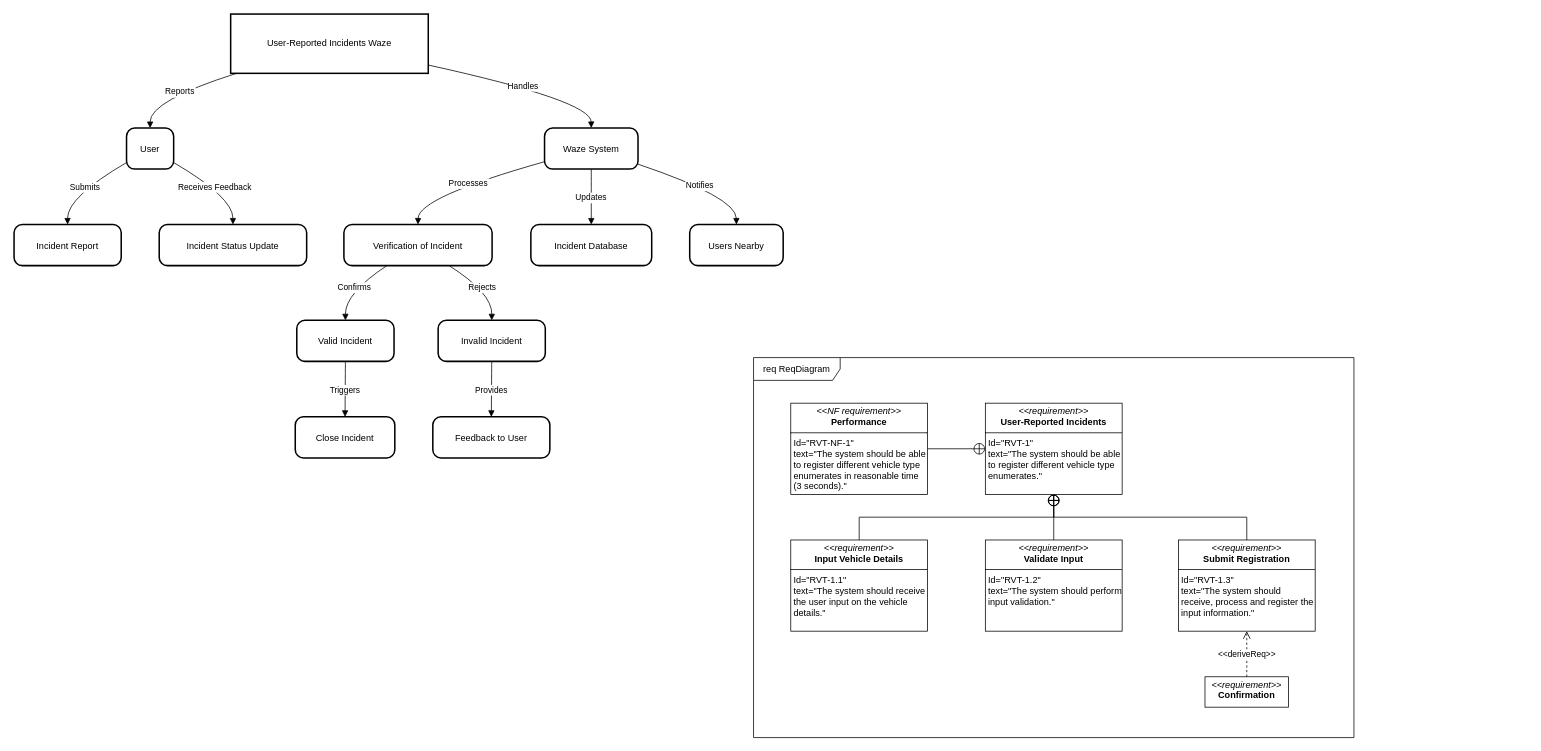
The draw.io diagram Diagrams/Requirement/Lamy/user-reported-incidents.drawio in luislamy/msp, before the edit. Source tidied: cells renumbered, new cells numbered last; positions are measured from the earlier drawing's top-left corner, leaving out a move shared by most shapes. Both pictures are drawn from the tidied source at 76%, with x=0, y=0 at pixel (14, 14).
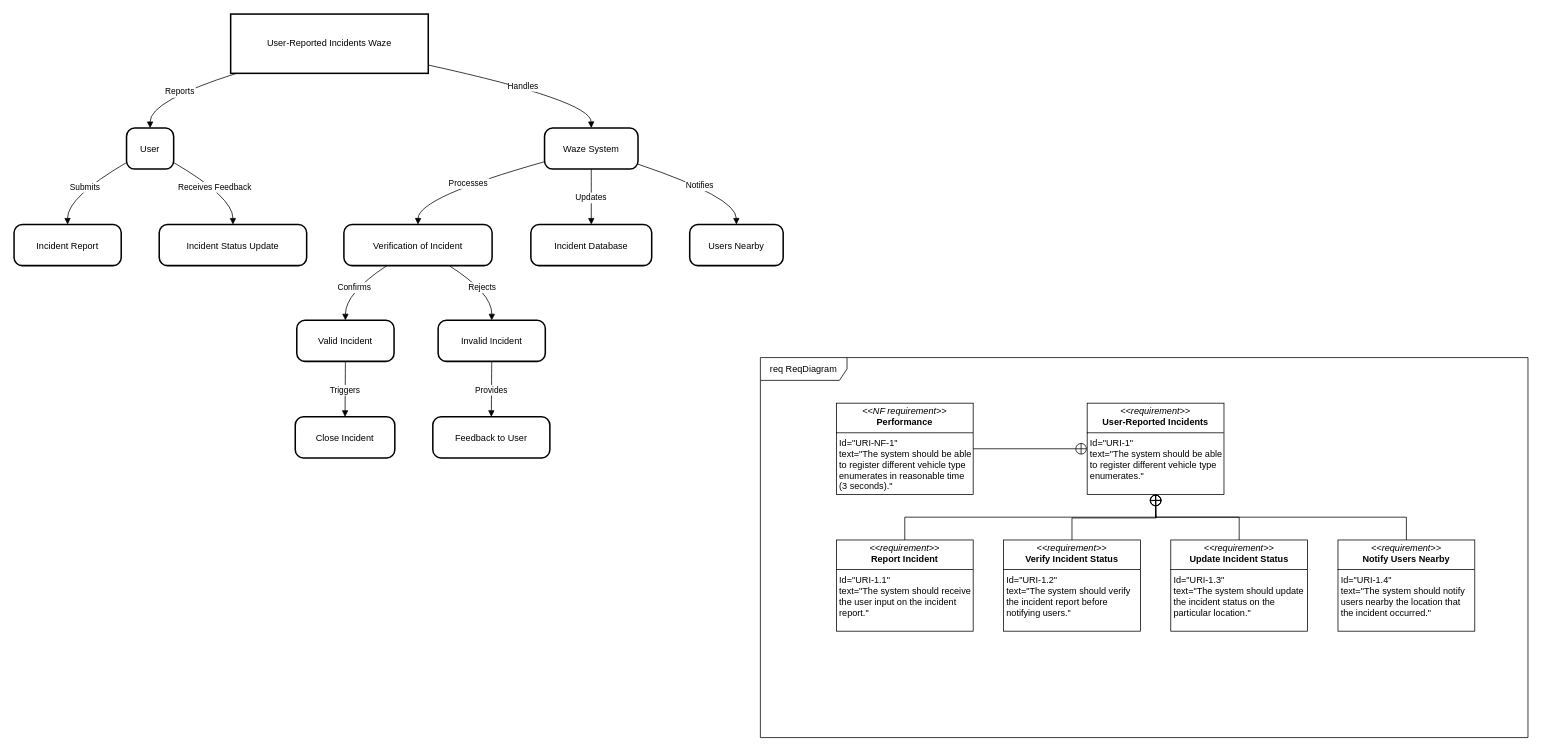
After the change.

What changed in the source:
```diff
@@
     <mxCell id="25" value="req ReqDiagram" style="shape=umlFrame;whiteSpace=wrap;html=1;width=114;height=30;" parent="1" vertex="1">
-      <mxGeometry x="973" y="452" width="790" height="500" as="geometry" />
+      <mxGeometry x="982" y="452" width="1010" height="500" as="geometry" />
     </mxCell>
-    <mxCell id="26" value="&lt;p style=&quot;margin:0px;margin-top:4px;text-align:center;&quot;&gt;&lt;i&gt;&amp;lt;&amp;lt;requirement&amp;gt;&amp;gt;&lt;/i&gt;&lt;br&gt;&lt;b&gt;User-Reported Incidents&lt;/b&gt;&lt;/p&gt;&lt;hr size=&quot;1&quot; style=&quot;border-style:solid;&quot;&gt;&lt;p style=&quot;margin:0px;margin-left:4px;&quot;&gt;Id=&quot;RVT-1&quot;&lt;/p&gt;&lt;p style=&quot;margin:0px;margin-left:4px;&quot;&gt;text=&quot;The system should be able to register different vehicle type enumerates.&quot;&lt;/p&gt;" style="verticalAlign=top;align=left;overflow=fill;html=1;whiteSpace=wrap;" parent="1" vertex="1">
-      <mxGeometry x="1278" y="512" width="180" height="120" as="geometry" />
+    <mxCell id="26" value="&lt;p style=&quot;margin:0px;margin-top:4px;text-align:center;&quot;&gt;&lt;i&gt;&amp;lt;&amp;lt;requirement&amp;gt;&amp;gt;&lt;/i&gt;&lt;br&gt;&lt;b&gt;User-Reported Incidents&lt;/b&gt;&lt;/p&gt;&lt;hr size=&quot;1&quot; style=&quot;border-style:solid;&quot;&gt;&lt;p style=&quot;margin:0px;margin-left:4px;&quot;&gt;Id=&quot;URI-1&quot;&lt;/p&gt;&lt;p style=&quot;margin:0px;margin-left:4px;&quot;&gt;text=&quot;The system should be able to register different vehicle type enumerates.&quot;&lt;/p&gt;" style="verticalAlign=top;align=left;overflow=fill;html=1;whiteSpace=wrap;" parent="1" vertex="1">
+      <mxGeometry x="1412" y="512" width="180" height="120" as="geometry" />
     </mxCell>
@@
-    <mxCell id="28" value="&lt;p style=&quot;margin:0px;margin-top:4px;text-align:center;&quot;&gt;&lt;i&gt;&amp;lt;&amp;lt;NF requirement&amp;gt;&amp;gt;&lt;/i&gt;&lt;br&gt;&lt;b&gt;Performance&lt;/b&gt;&lt;/p&gt;&lt;hr size=&quot;1&quot; style=&quot;border-style:solid;&quot;&gt;&lt;p style=&quot;margin:0px;margin-left:4px;&quot;&gt;Id=&quot;RVT-NF-1&quot;&lt;/p&gt;&lt;p style=&quot;margin:0px;margin-left:4px;&quot;&gt;text=&quot;The system should be able to register different vehicle type enumerates in reasonable time (3 seconds).&quot;&lt;/p&gt;" style="verticalAlign=top;align=left;overflow=fill;html=1;whiteSpace=wrap;" parent="1" vertex="1">
-      <mxGeometry x="1022" y="512" width="180" height="120" as="geometry" />
+    <mxCell id="28" value="&lt;p style=&quot;margin:0px;margin-top:4px;text-align:center;&quot;&gt;&lt;i&gt;&amp;lt;&amp;lt;NF requirement&amp;gt;&amp;gt;&lt;/i&gt;&lt;br&gt;&lt;b&gt;Performance&lt;/b&gt;&lt;/p&gt;&lt;hr size=&quot;1&quot; style=&quot;border-style:solid;&quot;&gt;&lt;p style=&quot;margin:0px;margin-left:4px;&quot;&gt;Id=&quot;URI-NF-1&quot;&lt;/p&gt;&lt;p style=&quot;margin:0px;margin-left:4px;&quot;&gt;text=&quot;The system should be able to register different vehicle type enumerates in reasonable time (3 seconds).&quot;&lt;/p&gt;" style="verticalAlign=top;align=left;overflow=fill;html=1;whiteSpace=wrap;" parent="1" vertex="1">
+      <mxGeometry x="1082" y="512" width="180" height="120" as="geometry" />
     </mxCell>
@@
-    <mxCell id="30" value="&lt;p style=&quot;margin:0px;margin-top:4px;text-align:center;&quot;&gt;&lt;i&gt;&amp;lt;&amp;lt;requirement&amp;gt;&amp;gt;&lt;/i&gt;&lt;br&gt;&lt;b&gt;Input Vehicle Details&lt;/b&gt;&lt;/p&gt;&lt;hr size=&quot;1&quot; style=&quot;border-style:solid;&quot;&gt;&lt;p style=&quot;margin:0px;margin-left:4px;&quot;&gt;Id=&quot;RVT-1.1&quot;&lt;/p&gt;&lt;p style=&quot;margin:0px;margin-left:4px;&quot;&gt;text=&quot;The system should receive the user input on the vehicle details.&quot;&lt;/p&gt;" style="verticalAlign=top;align=left;overflow=fill;html=1;whiteSpace=wrap;" parent="1" vertex="1">
-      <mxGeometry x="1022" y="692" width="180" height="120" as="geometry" />
+    <mxCell id="30" value="&lt;p style=&quot;margin:0px;margin-top:4px;text-align:center;&quot;&gt;&lt;i&gt;&amp;lt;&amp;lt;requirement&amp;gt;&amp;gt;&lt;/i&gt;&lt;br&gt;&lt;b&gt;Report Incident&lt;/b&gt;&lt;/p&gt;&lt;hr size=&quot;1&quot; style=&quot;border-style:solid;&quot;&gt;&lt;p style=&quot;margin:0px;margin-left:4px;&quot;&gt;Id=&quot;URI-1.1&quot;&lt;/p&gt;&lt;p style=&quot;margin:0px;margin-left:4px;&quot;&gt;text=&quot;The system should receive the user input on the incident report.&quot;&lt;/p&gt;" style="verticalAlign=top;align=left;overflow=fill;html=1;whiteSpace=wrap;" parent="1" vertex="1">
+      <mxGeometry x="1082" y="692" width="180" height="120" as="geometry" />
     </mxCell>
     <mxCell id="31" style="edgeStyle=orthogonalEdgeStyle;rounded=0;jettySize=auto;html=1;exitX=0.5;exitY=0;exitDx=0;exitDy=0;endArrow=circlePlus;endFill=0;" parent="1" edge="1" source="32">
       <mxGeometry relative="1" as="geometry">
-        <mxPoint x="1367.7" y="632" as="targetPoint" />
+        <mxPoint x="1502" y="632" as="targetPoint" />
+        <Array as="points">
+          <mxPoint x="1392" y="663" />
+          <mxPoint x="1503" y="663" />
+          <mxPoint x="1503" y="632" />
+        </Array>
       </mxGeometry>
     </mxCell>
-    <mxCell id="32" value="&lt;p style=&quot;margin:0px;margin-top:4px;text-align:center;&quot;&gt;&lt;i&gt;&amp;lt;&amp;lt;requirement&amp;gt;&amp;gt;&lt;/i&gt;&lt;br&gt;&lt;b&gt;Validate Input&lt;/b&gt;&lt;/p&gt;&lt;hr size=&quot;1&quot; style=&quot;border-style:solid;&quot;&gt;&lt;p style=&quot;margin:0px;margin-left:4px;&quot;&gt;Id=&quot;RVT-1.2&quot;&lt;/p&gt;&lt;p style=&quot;margin:0px;margin-left:4px;&quot;&gt;text=&quot;The system should perform input validation.&quot;&lt;/p&gt;" style="verticalAlign=top;align=left;overflow=fill;html=1;whiteSpace=wrap;" parent="1" vertex="1">
-      <mxGeometry x="1278" y="692" width="180" height="120" as="geometry" />
+    <mxCell id="32" value="&lt;p style=&quot;margin:0px;margin-top:4px;text-align:center;&quot;&gt;&lt;i&gt;&amp;lt;&amp;lt;requirement&amp;gt;&amp;gt;&lt;/i&gt;&lt;br&gt;&lt;b&gt;Verify Incident Status&lt;/b&gt;&lt;/p&gt;&lt;hr size=&quot;1&quot; style=&quot;border-style:solid;&quot;&gt;&lt;p style=&quot;margin:0px;margin-left:4px;&quot;&gt;Id=&quot;URI-1.2&quot;&lt;/p&gt;&lt;p style=&quot;margin:0px;margin-left:4px;&quot;&gt;text=&quot;The system should verify the incident report before notifying users.&quot;&lt;/p&gt;" style="verticalAlign=top;align=left;overflow=fill;html=1;whiteSpace=wrap;" parent="1" vertex="1">
+      <mxGeometry x="1302" y="692" width="180" height="120" as="geometry" />
     </mxCell>
@@
-    <mxCell id="34" value="&lt;p style=&quot;margin:0px;margin-top:4px;text-align:center;&quot;&gt;&lt;i&gt;&amp;lt;&amp;lt;requirement&amp;gt;&amp;gt;&lt;/i&gt;&lt;br&gt;&lt;b&gt;Submit Registration&lt;/b&gt;&lt;/p&gt;&lt;hr size=&quot;1&quot; style=&quot;border-style:solid;&quot;&gt;&lt;p style=&quot;margin:0px;margin-left:4px;&quot;&gt;Id=&quot;RVT-1.3&quot;&lt;/p&gt;&lt;p style=&quot;margin:0px;margin-left:4px;&quot;&gt;text=&quot;The system should receive, process and register the input information.&quot;&lt;/p&gt;" style="verticalAlign=top;align=left;overflow=fill;html=1;whiteSpace=wrap;" parent="1" vertex="1">
-      <mxGeometry x="1532" y="692" width="180" height="120" as="geometry" />
+    <mxCell id="34" value="&lt;p style=&quot;margin:0px;margin-top:4px;text-align:center;&quot;&gt;&lt;i&gt;&amp;lt;&amp;lt;requirement&amp;gt;&amp;gt;&lt;/i&gt;&lt;br&gt;&lt;b&gt;Update Incident Status&lt;/b&gt;&lt;/p&gt;&lt;hr size=&quot;1&quot; style=&quot;border-style:solid;&quot;&gt;&lt;p style=&quot;margin:0px;margin-left:4px;&quot;&gt;Id=&quot;URI-1.3&quot;&lt;/p&gt;&lt;p style=&quot;margin:0px;margin-left:4px;&quot;&gt;text=&quot;The system should update the incident status on the particular location.&quot;&lt;/p&gt;" style="verticalAlign=top;align=left;overflow=fill;html=1;whiteSpace=wrap;" parent="1" vertex="1">
+      <mxGeometry x="1522" y="692" width="180" height="120" as="geometry" />
     </mxCell>
-    <mxCell id="35" value="&lt;p style=&quot;margin: 4px 0px 0px;&quot;&gt;&lt;i&gt;&amp;lt;&amp;lt;requirement&amp;gt;&amp;gt;&lt;/i&gt;&lt;br&gt;&lt;b&gt;Confirmation&lt;/b&gt;&lt;/p&gt;" style="verticalAlign=middle;align=center;overflow=fill;html=1;whiteSpace=wrap;" parent="1" vertex="1">
-      <mxGeometry x="1567" y="872" width="110" height="40" as="geometry" />
-    </mxCell>
-    <mxCell id="36" value="&amp;lt;&amp;lt;deriveReq&amp;gt;&amp;gt;" style="html=1;verticalAlign=bottom;endArrow=open;dashed=1;endSize=8;curved=0;rounded=0;entryX=0.5;entryY=1;entryDx=0;entryDy=0;exitX=0.5;exitY=0;exitDx=0;exitDy=0;" parent="1" edge="1" source="35" target="34">
-      <mxGeometry x="-0.33" relative="1" as="geometry" />
-    </mxCell>
+    <mxCell id="37" style="edgeStyle=orthogonalEdgeStyle;rounded=0;jettySize=auto;html=1;entryX=0.5;entryY=1;entryDx=0;entryDy=0;endArrow=circlePlus;endFill=0;" parent="1" edge="1" source="38" target="26">
+      <mxGeometry relative="1" as="geometry">
+        <Array as="points">
+          <mxPoint x="1832" y="662" />
+          <mxPoint x="1502" y="662" />
+        </Array>
+      </mxGeometry>
+    </mxCell>
+    <mxCell id="38" value="&lt;p style=&quot;margin:0px;margin-top:4px;text-align:center;&quot;&gt;&lt;i&gt;&amp;lt;&amp;lt;requirement&amp;gt;&amp;gt;&lt;/i&gt;&lt;br&gt;&lt;b&gt;Notify Users Nearby&lt;/b&gt;&lt;/p&gt;&lt;hr size=&quot;1&quot; style=&quot;border-style:solid;&quot;&gt;&lt;p style=&quot;margin:0px;margin-left:4px;&quot;&gt;Id=&quot;URI-1.4&quot;&lt;/p&gt;&lt;p style=&quot;margin:0px;margin-left:4px;&quot;&gt;text=&quot;The system should notify users nearby the location that the incident occurred.&quot;&lt;/p&gt;" style="verticalAlign=top;align=left;overflow=fill;html=1;whiteSpace=wrap;" parent="1" vertex="1">
+      <mxGeometry x="1742" y="692" width="180" height="120" as="geometry" />
+    </mxCell>
```
